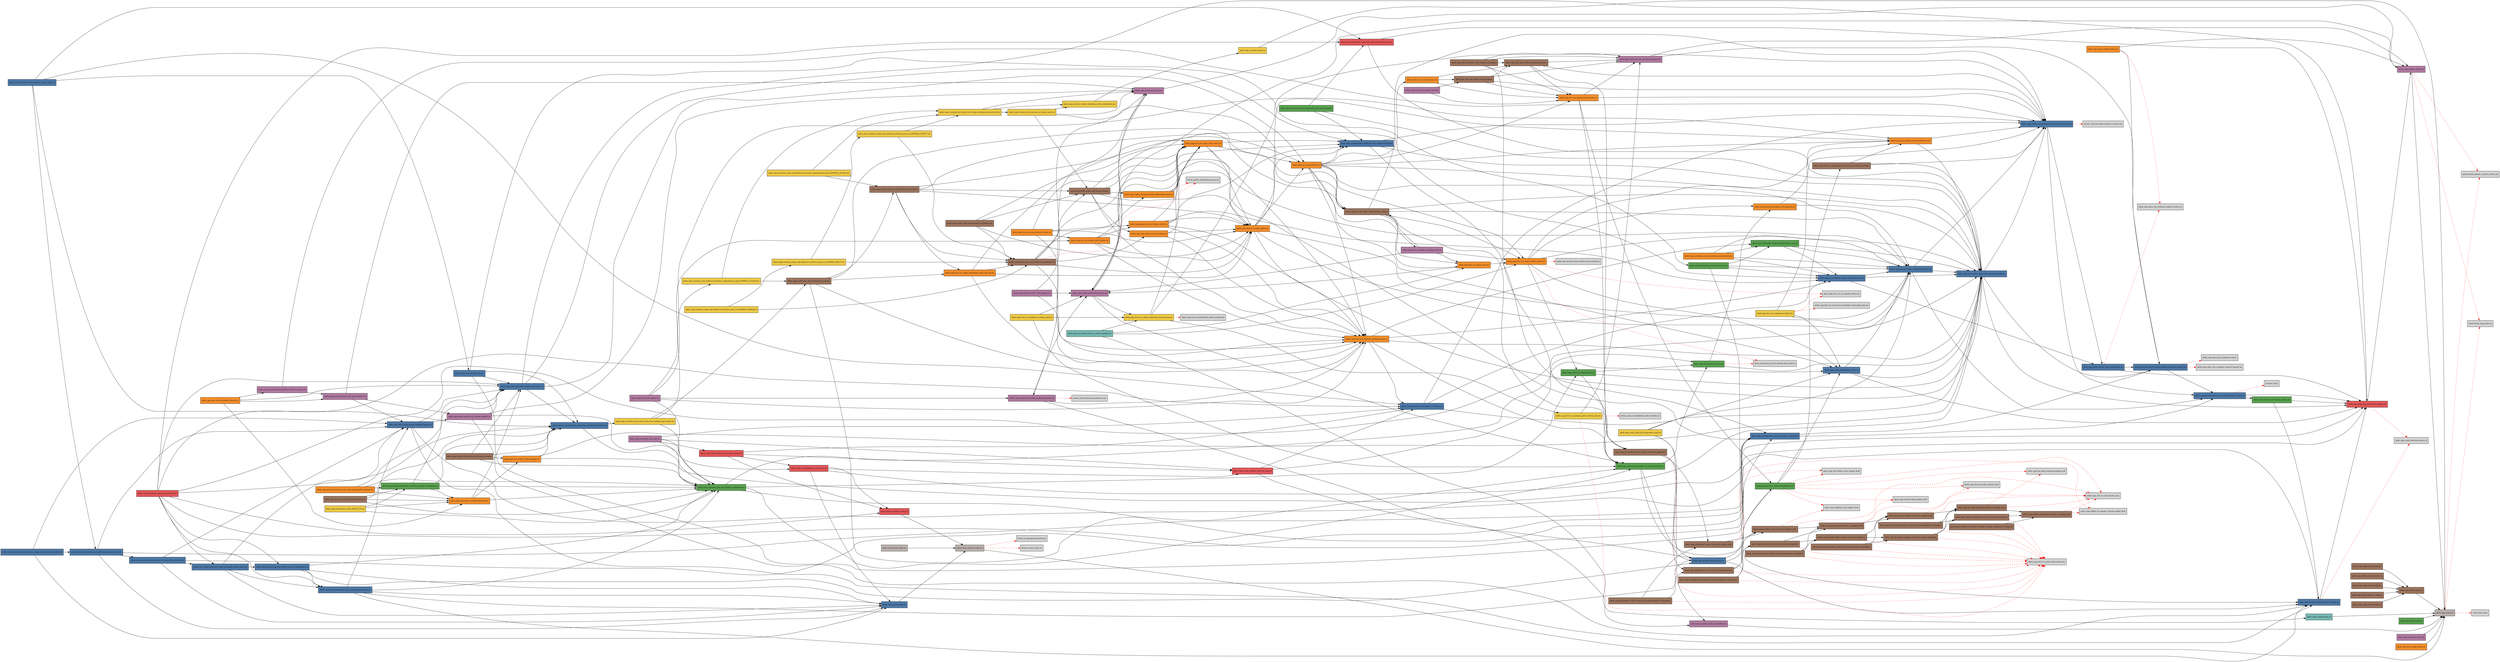
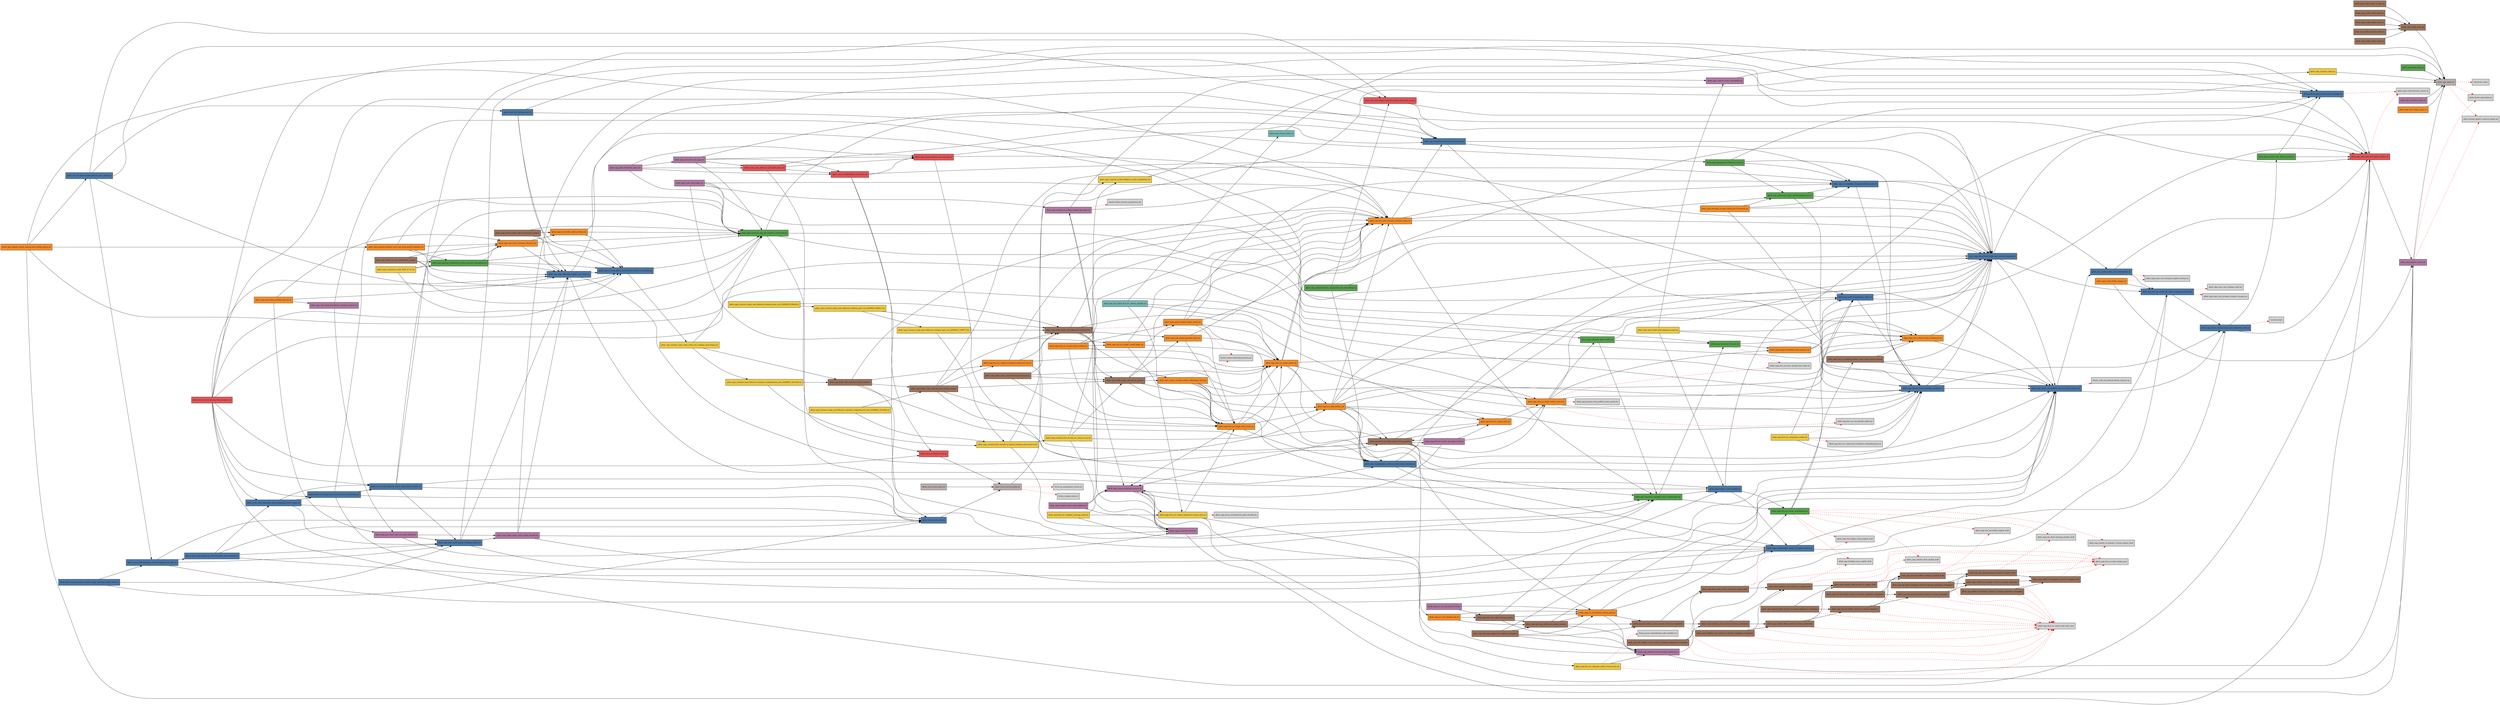
digraph qfuds_verse {
  rankdir=LR;
  node [shape=box, style=filled, fontsize=9];
  "qfuds_saga_canon_authority_and_ssot_map_ko" [fillcolor="#e15759", label="qfuds_saga_canon_authority_and_ssot_map_ko"];
  "qfuds_saga_deep_time_restoration_timeline_ko" [fillcolor="#e15759", label="qfuds_saga_deep_time_restoration_timeline_ko"];
  "qfuds_saga_chronology_restoration_admin_black_hole_seat_ko" [fillcolor="#e15759", label="qfuds_saga_chronology_restoration_admin_black_hole_seat_ko"];
  "qfuds_verse_far_future_deep_time_chronicle_ko" [fillcolor="#e15759", label="qfuds_verse_far_future_deep_time_chronicle_ko"];
  "qfuds_verse_worldbuilding_architecture_ko" [fillcolor="#e15759", label="qfuds_verse_worldbuilding_architecture_ko"];
  "qfuds_verse_canon_drift_and_tech_debt_report_ko" [fillcolor="#e15759", label="qfuds_verse_canon_drift_and_tech_debt_report_ko"];
  "qfuds_verse_continuity_index_ko" [fillcolor="#e15759", label="qfuds_verse_continuity_index_ko"];
  "qfuds_saga_world_anchor_and_verisimilitude_ko" [fillcolor="#4e79a7", label="qfuds_saga_world_anchor_and_verisimilitude_ko"];
  "qfuds_saga_factions_cultures_power_ecology_ko" [fillcolor="#4e79a7", label="qfuds_saga_factions_cultures_power_ecology_ko"];
  "qfuds_saga_bitcoin_genesis_chain_and_restoration_myth_ko" [fillcolor="#4e79a7", label="qfuds_saga_bitcoin_genesis_chain_and_restoration_myth_ko"];
  "qfuds_saga_post_agi_civilization_history_bilingual_protocol_ko" [fillcolor="#4e79a7", label="qfuds_saga_post_agi_civilization_history_bilingual_protocol_ko"];
  "qfuds_saga_cryptographic_death_and_hash_covenant_ko" [fillcolor="#4e79a7", label="qfuds_saga_cryptographic_death_and_hash_covenant_ko"];
  "qfuds_saga_reader_accessibility_and_real_world_anchors_ko" [fillcolor="#4e79a7", label="qfuds_saga_reader_accessibility_and_real_world_anchors_ko"];
  "qfuds_saga_last_archive_origin_and_reversal_causality_ko" [fillcolor="#4e79a7", label="qfuds_saga_last_archive_origin_and_reversal_causality_ko"];
  "qfuds_saga_cryptographic_death_era_and_crypto_concepts_ko" [fillcolor="#4e79a7", label="qfuds_saga_cryptographic_death_era_and_crypto_concepts_ko"];
  "qfuds_saga_factions_canon_naming_ko" [fillcolor="#4e79a7", label="qfuds_saga_factions_canon_naming_ko"];
  "qfuds_saga_bitcoin_stature_ideology_deeptime_ko" [fillcolor="#4e79a7", label="qfuds_saga_bitcoin_stature_ideology_deeptime_ko"];
  "qfuds_saga_world_compendium_codex_ko" [fillcolor="#4e79a7", label="qfuds_saga_world_compendium_codex_ko"];
  "qfuds_saga_ai_automation_human_in_the_loop_ssot_ko" [fillcolor="#4e79a7", label="qfuds_saga_ai_automation_human_in_the_loop_ssot_ko"];
  "qfuds_saga_restoration_mechanism_correction_ko" [fillcolor="#4e79a7", label="qfuds_saga_restoration_mechanism_correction_ko"];
  "qfuds_saga_in_world_physics_information_unitarity_restoration_ko" [fillcolor="#4e79a7", label="qfuds_saga_in_world_physics_information_unitarity_restoration_ko"];
  "qfuds_saga_qday_aftermath_timeline_and_world_ko" [fillcolor="#4e79a7", label="qfuds_saga_qday_aftermath_timeline_and_world_ko"];
  "qfuds_saga_qday_world_system_14domain_matrix_ko" [fillcolor="#4e79a7", label="qfuds_saga_qday_world_system_14domain_matrix_ko"];
  "qfuds_verse_world_expansion_wave1_names_places_events_ko" [fillcolor="#4e79a7", label="qfuds_verse_world_expansion_wave1_names_places_events_ko"];
  "qfuds_verse_world_expansion_wave2_factions_relationships_ko" [fillcolor="#4e79a7", label="qfuds_verse_world_expansion_wave2_factions_relationships_ko"];
  "qfuds_verse_world_expansion_wave3_geography_event_chains_ko" [fillcolor="#4e79a7", label="qfuds_verse_world_expansion_wave3_geography_event_chains_ko"];
  "qfuds_verse_world_expansion_wave4_economy_rites_calendar_ko" [fillcolor="#4e79a7", label="qfuds_verse_world_expansion_wave4_economy_rites_calendar_ko"];
  "qfuds_verse_world_expansion_wave5_language_tech_infra_ko" [fillcolor="#4e79a7", label="qfuds_verse_world_expansion_wave5_language_tech_infra_ko"];
  "qfuds_verse_world_expansion_wave6_ecology_education_media_index_ko" [fillcolor="#4e79a7", label="qfuds_verse_world_expansion_wave6_ecology_education_media_index_ko"];
  "qfuds_verse_yi_gi_ideology_axis_ko" [fillcolor="#4e79a7", label="qfuds_verse_yi_gi_ideology_axis_ko"];
  "qfuds_verse_far_future_native_lexicon_return_death_ko" [fillcolor="#4e79a7", label="qfuds_verse_far_future_native_lexicon_return_death_ko"];
  "qfuds_verse_world_index_ko" [fillcolor="#4e79a7", label="qfuds_verse_world_index_ko"];
  "qfuds_verse_series_index_ko" [fillcolor="#bab0ac", label="qfuds_verse_series_index_ko"];
  "qfuds_saga_narrative_pov_theme_naming_ko" [fillcolor="#59a14f", label="qfuds_saga_narrative_pov_theme_naming_ko"];
  "qfuds_saga_first_arc_canon_consolidation_ko" [fillcolor="#59a14f", label="qfuds_saga_first_arc_canon_consolidation_ko"];
  "qfuds_saga_character_liora_sen_ko" [fillcolor="#59a14f", label="qfuds_saga_character_liora_sen_ko"];
  "qfuds_saga_authorial_lenses_compression_ssot_soft_editing_ko" [fillcolor="#59a14f", label="qfuds_saga_authorial_lenses_compression_ssot_soft_editing_ko"];
  "qfuds_saga_character_ensemble_voices_relationships_ko" [fillcolor="#59a14f", label="qfuds_saga_character_ensemble_voices_relationships_ko"];
  "qfuds_saga_character_depth_sheets_ko" [fillcolor="#59a14f", label="qfuds_saga_character_depth_sheets_ko"];
  "qfuds_saga_authorship_of_the_standard_theme_axis_ko" [fillcolor="#59a14f", label="qfuds_saga_authorship_of_the_standard_theme_axis_ko"];
  "qfuds_saga_ideological_incoherence_triad_ko" [fillcolor="#59a14f", label="qfuds_saga_ideological_incoherence_triad_ko"];
  "qfuds_saga_character_map_and_timeline_coordinates_ko" [fillcolor="#59a14f", label="qfuds_saga_character_map_and_timeline_coordinates_ko"];
  "qfuds_saga_machine_childhood_ai_history_narrator_throughline_ko" [fillcolor="#59a14f", label="qfuds_saga_machine_childhood_ai_history_narrator_throughline_ko"];
  "qfuds_saga_bible_index_ko" [fillcolor="#59a14f", label="qfuds_saga_bible_index_ko"];
  "qfuds_saga_agentic_system_ko" [fillcolor="#b07aa1", label="qfuds_saga_agentic_system_ko"];
  "qfuds_saga_bilingual_term_discipline_glossary_ko" [fillcolor="#b07aa1", label="qfuds_saga_bilingual_term_discipline_glossary_ko"];
  "qfuds_saga_arc_two_gsd_phase_brief_ko" [fillcolor="#b07aa1", label="qfuds_saga_arc_two_gsd_phase_brief_ko"];
  "qfuds_saga_series_production_harness_ko" [fillcolor="#b07aa1", label="qfuds_saga_series_production_harness_ko"];
  "qfuds_saga_creative_inputs_traceability_ko" [fillcolor="#b07aa1", label="qfuds_saga_creative_inputs_traceability_ko"];
  "qfuds_saga_first_arc_book1_gsd_phase_brief_ko" [fillcolor="#b07aa1", label="qfuds_saga_first_arc_book1_gsd_phase_brief_ko"];
  "qfuds_saga_external_ai_writing_systems_gap_audit_ko" [fillcolor="#b07aa1", label="qfuds_saga_external_ai_writing_systems_gap_audit_ko"];
  "qfuds_saga_production_board_ko" [fillcolor="#b07aa1", label="qfuds_saga_production_board_ko"];
  "qfuds_saga_chapter_intent_card_template_ko" [fillcolor="#b07aa1", label="qfuds_saga_chapter_intent_card_template_ko"];
  "qfuds_saga_expert_panel_world_system_handoff_ko" [fillcolor="#b07aa1", label="qfuds_saga_expert_panel_world_system_handoff_ko"];
  "qfuds_saga_near_future_forecast_panel_method_ko" [fillcolor="#b07aa1", label="qfuds_saga_near_future_forecast_panel_method_ko"];
  "qfuds_saga_real_world_and_physics_research_anchors_ko" [fillcolor="#b07aa1", label="qfuds_saga_real_world_and_physics_research_anchors_ko"];
  "qfuds_saga_truth_state_ledger_ko" [fillcolor="#b07aa1", label="qfuds_saga_truth_state_ledger_ko"];
  "qfuds_saga_chronicler_pass_plan_ko" [fillcolor="#b07aa1", label="qfuds_saga_chronicler_pass_plan_ko"];
+   "qfuds_saga_final_chronicler_report_ko" [fillcolor="#b07aa1", label="qfuds_saga_final_chronicler_report_ko"];
  "qfuds_saga_workroom_index_ko" [fillcolor="#b07aa1", label="qfuds_saga_workroom_index_ko"];
  "qfuds_saga_visual_exhibit_design_ko" [fillcolor="#f28e2b", label="qfuds_saga_visual_exhibit_design_ko"];
  "qfuds_saga_arc_two_korean_primary_plan_ko" [fillcolor="#f28e2b", label="qfuds_saga_arc_two_korean_primary_plan_ko"];
  "qfuds_saga_last_archive_reveal_architecture_ko" [fillcolor="#f28e2b", label="qfuds_saga_last_archive_reveal_architecture_ko"];
  "qfuds_saga_format_throughline_and_progress_ko" [fillcolor="#f28e2b", label="qfuds_saga_format_throughline_and_progress_ko"];
  "qfuds_saga_arc_two_episode_map_ko" [fillcolor="#f28e2b", label="qfuds_saga_arc_two_episode_map_ko"];
  "qfuds_saga_arc_map_multiarc_ko" [fillcolor="#f28e2b", label="qfuds_saga_arc_map_multiarc_ko"];
  "qfuds_saga_first_arc_book1_outline_reboot_ko" [fillcolor="#f28e2b", label="qfuds_saga_first_arc_book1_outline_reboot_ko"];
  "qfuds_saga_first_arc_scene_cards_ko" [fillcolor="#f28e2b", label="qfuds_saga_first_arc_scene_cards_ko"];
  "qfuds_saga_sovereign_ai_open_closed_axis_brainstorm_ko" [fillcolor="#f28e2b", label="qfuds_saga_sovereign_ai_open_closed_axis_brainstorm_ko"];
  "qfuds_saga_five_core_dramatic_questions_spine_ko" [fillcolor="#f28e2b", label="qfuds_saga_five_core_dramatic_questions_spine_ko"];
  "qfuds_saga_first_arc_origin_outline_ko" [fillcolor="#f28e2b", label="qfuds_saga_first_arc_origin_outline_ko"];
  "qfuds_saga_first_arc_origin_scene_cards_ko" [fillcolor="#f28e2b", label="qfuds_saga_first_arc_origin_scene_cards_ko"];
  "qfuds_saga_crypto_concepts_reader_onboarding_check_ko" [fillcolor="#f28e2b", label="qfuds_saga_crypto_concepts_reader_onboarding_check_ko"];
  "qfuds_saga_sael_origin_execution_sheet_ko" [fillcolor="#f28e2b", label="qfuds_saga_sael_origin_execution_sheet_ko"];
  "qfuds_saga_qday_incident_bridge_outline_ko" [fillcolor="#f28e2b", label="qfuds_saga_qday_incident_bridge_outline_ko"];
  "qfuds_saga_first_arc_reader_reveal_ladder_ko" [fillcolor="#f28e2b", label="qfuds_saga_first_arc_reader_reveal_ladder_ko"];
  "qfuds_saga_first_arc_causal_master_outline_ko" [fillcolor="#f28e2b", label="qfuds_saga_first_arc_causal_master_outline_ko"];
  "qfuds_saga_first_arc_reader_orientation_world_and_cast_ko" [fillcolor="#f28e2b", label="qfuds_saga_first_arc_reader_orientation_world_and_cast_ko"];
  "qfuds_saga_new_book1_orpheus_design_ko" [fillcolor="#f28e2b", label="qfuds_saga_new_book1_orpheus_design_ko"];
  "qfuds_saga_near_future_recenter_direction_ko" [fillcolor="#f28e2b", label="qfuds_saga_near_future_recenter_direction_ko"];
  "qfuds_saga_machine_narrator_voice_and_setup_payoff_treatment_ko" [fillcolor="#f28e2b", label="qfuds_saga_machine_narrator_voice_and_setup_payoff_treatment_ko"];
  "qfuds_saga_near_future_prelude_forecast_ko" [fillcolor="#f28e2b", label="qfuds_saga_near_future_prelude_forecast_ko"];
+   "qfuds_saga_register_morph_opening_and_ending_options_ko" [fillcolor="#f28e2b", label="qfuds_saga_register_morph_opening_and_ending_options_ko"];
  "qfuds_saga_story_design_index_ko" [fillcolor="#f28e2b", label="qfuds_saga_story_design_index_ko"];
  "qfuds_saga_drafts_jua_full_novel_korean_primary" [fillcolor="#9c755f", label="qfuds_saga_drafts_jua_full_novel_korean_primary"];
  "qfuds_saga_drafts_origin_sael_korean_primary" [fillcolor="#9c755f", label="qfuds_saga_drafts_origin_sael_korean_primary"];
  "qfuds_saga_drafts_origin_sael_webnovel_storyboard_ko" [fillcolor="#9c755f", label="qfuds_saga_drafts_origin_sael_webnovel_storyboard_ko"];
  "qfuds_saga_drafts_origin_sael_webnovel_storyboard_en" [fillcolor="#9c755f", label="qfuds_saga_drafts_origin_sael_webnovel_storyboard_en"];
  "qfuds_saga_drafts_origin_sael_full_novel_korean_primary" [fillcolor="#9c755f", label="qfuds_saga_drafts_origin_sael_full_novel_korean_primary"];
  "qfuds_saga_drafts_book1_5_index_ko" [fillcolor="#9c755f", label="qfuds_saga_drafts_book1_5_index_ko"];
  "qfuds_saga_drafts_orpheus_full_novel_korean_primary" [fillcolor="#9c755f", label="qfuds_saga_drafts_orpheus_full_novel_korean_primary"];
  "qfuds_saga_drafts_book1_index_ko" [fillcolor="#9c755f", label="qfuds_saga_drafts_book1_index_ko"];
  "qfuds_saga_first_arc_book1_reboot_korean_primary" [fillcolor="#9c755f", label="qfuds_saga_first_arc_book1_reboot_korean_primary"];
  "qfuds_saga_drafts_mara_full_novel_korean_primary" [fillcolor="#9c755f", label="qfuds_saga_drafts_mara_full_novel_korean_primary"];
  "qfuds_saga_drafts_book2_index_ko" [fillcolor="#9c755f", label="qfuds_saga_drafts_book2_index_ko"];
  "qfuds_saga_exhibit_s0_episode1_revised_v2_english_draft" [fillcolor="#9c755f", label="qfuds_saga_exhibit_s0_episode1_revised_v2_english_draft"];
  "qfuds_saga_the_dead_exchange_revised_v2_english_draft" [fillcolor="#9c755f", label="qfuds_saga_the_dead_exchange_revised_v2_english_draft"];
  "qfuds_saga_the_last_hodler_revised_v2_english_draft" [fillcolor="#9c755f", label="qfuds_saga_the_last_hodler_revised_v2_english_draft"];
  "qfuds_saga_identity_flood_revised_v2_english_draft" [fillcolor="#9c755f", label="qfuds_saga_identity_flood_revised_v2_english_draft"];
  "qfuds_saga_hawking_court_revised_v2_english_draft" [fillcolor="#9c755f", label="qfuds_saga_hawking_court_revised_v2_english_draft"];
  "qfuds_saga_the_broken_crown_revised_v2_english_draft" [fillcolor="#9c755f", label="qfuds_saga_the_broken_crown_revised_v2_english_draft"];
  "qfuds_saga_exhibit_s0_episode1_revised_v2_korean_adaptation" [fillcolor="#9c755f", label="qfuds_saga_exhibit_s0_episode1_revised_v2_korean_adaptation"];
  "qfuds_saga_the_dead_exchange_revised_v2_korean_adaptation" [fillcolor="#9c755f", label="qfuds_saga_the_dead_exchange_revised_v2_korean_adaptation"];
  "qfuds_saga_the_last_hodler_revised_v2_korean_adaptation" [fillcolor="#9c755f", label="qfuds_saga_the_last_hodler_revised_v2_korean_adaptation"];
  "qfuds_saga_identity_flood_revised_v2_korean_adaptation" [fillcolor="#9c755f", label="qfuds_saga_identity_flood_revised_v2_korean_adaptation"];
  "qfuds_saga_hawking_court_revised_v2_korean_adaptation" [fillcolor="#9c755f", label="qfuds_saga_hawking_court_revised_v2_korean_adaptation"];
  "qfuds_saga_the_broken_crown_revised_v2_korean_adaptation" [fillcolor="#9c755f", label="qfuds_saga_the_broken_crown_revised_v2_korean_adaptation"];
  "qfuds_saga_first_arc_opening_broken_crown_event_korean_primary" [fillcolor="#9c755f", label="qfuds_saga_first_arc_opening_broken_crown_event_korean_primary"];
  "qfuds_saga_exhibit_s0_episode1_revised_v2_korean_adaptation_v3snapshot" [fillcolor="#9c755f", label="qfuds_saga_exhibit_s0_episode1_revised_v2_korean_adaptation_v3snapshot"];
  "qfuds_saga_the_dead_exchange_revised_v2_korean_adaptation_v3snapshot" [fillcolor="#9c755f", label="qfuds_saga_the_dead_exchange_revised_v2_korean_adaptation_v3snapshot"];
  "qfuds_saga_the_last_hodler_revised_v2_korean_adaptation_v3snapshot" [fillcolor="#9c755f", label="qfuds_saga_the_last_hodler_revised_v2_korean_adaptation_v3snapshot"];
  "qfuds_saga_identity_flood_revised_v2_korean_adaptation_v3snapshot" [fillcolor="#9c755f", label="qfuds_saga_identity_flood_revised_v2_korean_adaptation_v3snapshot"];
  "qfuds_saga_hawking_court_revised_v2_korean_adaptation_v3snapshot" [fillcolor="#9c755f", label="qfuds_saga_hawking_court_revised_v2_korean_adaptation_v3snapshot"];
  "qfuds_saga_the_broken_crown_revised_v2_korean_adaptation_v3snapshot" [fillcolor="#9c755f", label="qfuds_saga_the_broken_crown_revised_v2_korean_adaptation_v3snapshot"];
  "qfuds_saga_drafts_versions_index_ko" [fillcolor="#9c755f", label="qfuds_saga_drafts_versions_index_ko"];
  "qfuds_saga_who_may_author_loss_korean_primary" [fillcolor="#9c755f", label="qfuds_saga_who_may_author_loss_korean_primary"];
  "qfuds_saga_who_may_author_loss_english_counterpart" [fillcolor="#9c755f", label="qfuds_saga_who_may_author_loss_english_counterpart"];
  "qfuds_saga_who_may_refuse_korean_primary" [fillcolor="#9c755f", label="qfuds_saga_who_may_refuse_korean_primary"];
  "qfuds_saga_drafts_book3_index_ko" [fillcolor="#9c755f", label="qfuds_saga_drafts_book3_index_ko"];
  "qfuds_saga_drafts_index_ko" [fillcolor="#9c755f", label="qfuds_saga_drafts_index_ko"];
  "qfuds_saga_first_arc_dejargon_polish_revision_plan_ko" [fillcolor="#edc948", label="qfuds_saga_first_arc_dejargon_polish_revision_plan_ko"];
  "qfuds_saga_first_arc_release_immersion_revision_plan_ko" [fillcolor="#edc948", label="qfuds_saga_first_arc_release_immersion_revision_plan_ko"];
  "qfuds_saga_first_arc_template_coverage_audit_ko" [fillcolor="#edc948", label="qfuds_saga_first_arc_template_coverage_audit_ko"];
  "qfuds_saga_first_arc_integration_outline_ko" [fillcolor="#edc948", label="qfuds_saga_first_arc_integration_outline_ko"];
  "qfuds_saga_series_bible_drift_alignment_audit_ko" [fillcolor="#edc948", label="qfuds_saga_series_bible_drift_alignment_audit_ko"];
  "qfuds_saga_revisions_reader_feedback_ai_tell_consolidation_ko" [fillcolor="#edc948", label="qfuds_saga_revisions_reader_feedback_ai_tell_consolidation_ko"];
  "qfuds_saga_revisions_first_second_arc_release_wave_ko" [fillcolor="#edc948", label="qfuds_saga_revisions_first_second_arc_release_wave_ko"];
  "qfuds_saga_revisions_first_second_arc_formal_retention_gate_protocol_ko" [fillcolor="#edc948", label="qfuds_saga_revisions_first_second_arc_formal_retention_gate_protocol_ko"];
  "qfuds_saga_revisions_origin_sael_webnovel_retention_gate_run_20260622_1308777_ko" [fillcolor="#edc948", label="qfuds_saga_revisions_origin_sael_webnovel_retention_gate_run_20260622_1308777_ko"];
  "qfuds_saga_revisions_origin_sael_webnovel_retention_gate_run_20260622_bdff1c7_ko" [fillcolor="#edc948", label="qfuds_saga_revisions_origin_sael_webnovel_retention_gate_run_20260622_bdff1c7_ko"];
  "qfuds_saga_revisions_origin_sael_webnovel_retention_gate_run_20260622_b5f0edf_ko" [fillcolor="#edc948", label="qfuds_saga_revisions_origin_sael_webnovel_retention_gate_run_20260622_b5f0edf_ko"];
  "qfuds_saga_revisions_origin_sael_fullnovel_retention_comprehension_gate_20260622_c91e9be_ko" [fillcolor="#edc948", label="qfuds_saga_revisions_origin_sael_fullnovel_retention_comprehension_gate_20260622_c91e9be_ko"];
  "qfuds_saga_revisions_mara_fullnovel_retention_comprehension_gate_20260623_a41bcb9_ko" [fillcolor="#edc948", label="qfuds_saga_revisions_mara_fullnovel_retention_comprehension_gate_20260623_a41bcb9_ko"];
  "qfuds_saga_revisions_mara_order_totem_two_readings_seed_design_ko" [fillcolor="#edc948", label="qfuds_saga_revisions_mara_order_totem_two_readings_seed_design_ko"];
  "qfuds_saga_consistency_audit_2026_07_01_ko" [fillcolor="#edc948", label="qfuds_saga_consistency_audit_2026_07_01_ko"];
  "qfuds_saga_revisions_index_ko" [fillcolor="#edc948", label="qfuds_saga_revisions_index_ko"];
  "qfuds_saga_pre_reboot_first_arc_release_manifest_ko" [fillcolor="#76b7b2", label="qfuds_saga_pre_reboot_first_arc_release_manifest_ko"];
  "qfuds_saga_release_index_ko" [fillcolor="#76b7b2", label="qfuds_saga_release_index_ko"];
  "qfuds_saga_index_ko" [fillcolor="#bab0ac", label="qfuds_saga_index_ko"];
  "qfuds_verse_universe_index_ko" [fillcolor="#bab0ac", label="qfuds_verse_universe_index_ko"];
  "qfuds_saga_canon_authority_and_ssot_map_ko" -> "qfuds_saga_world_compendium_codex_ko";
  "qfuds_saga_canon_authority_and_ssot_map_ko" -> "qfuds_saga_restoration_mechanism_correction_ko";
  "qfuds_saga_canon_authority_and_ssot_map_ko" -> "qfuds_saga_factions_canon_naming_ko";
  "qfuds_saga_deep_time_restoration_timeline_ko" -> "qfuds_saga_world_direction_matrix_ko" [style=dashed, color=red];
  "qfuds_saga_deep_time_restoration_timeline_ko" -> "qfuds_saga_agentic_system_ko";
  "qfuds_saga_chronology_restoration_admin_black_hole_seat_ko" -> "qfuds_saga_last_archive_origin_and_reversal_causality_ko";
  "qfuds_saga_chronology_restoration_admin_black_hole_seat_ko" -> "qfuds_saga_deep_time_restoration_timeline_ko";
  "qfuds_verse_far_future_deep_time_chronicle_ko" -> "qfuds_verse_continuity_index_ko";
  "qfuds_verse_far_future_deep_time_chronicle_ko" -> "qfuds_saga_deep_time_restoration_timeline_ko";
  "qfuds_verse_far_future_deep_time_chronicle_ko" -> "qfuds_saga_chronology_restoration_admin_black_hole_seat_ko";
  "qfuds_verse_far_future_deep_time_chronicle_ko" -> "qfuds_saga_qday_aftermath_timeline_and_world_ko";
  "qfuds_verse_far_future_deep_time_chronicle_ko" -> "qfuds_saga_restoration_mechanism_correction_ko";
  "qfuds_verse_far_future_deep_time_chronicle_ko" -> "qfuds_saga_in_world_physics_information_unitarity_restoration_ko";
  "qfuds_verse_far_future_deep_time_chronicle_ko" -> "qfuds_saga_bitcoin_stature_ideology_deeptime_ko";
  "qfuds_verse_far_future_deep_time_chronicle_ko" -> "qfuds_verse_world_expansion_wave1_names_places_events_ko";
  "qfuds_verse_far_future_deep_time_chronicle_ko" -> "qfuds_verse_world_expansion_wave2_factions_relationships_ko";
  "qfuds_verse_far_future_deep_time_chronicle_ko" -> "qfuds_verse_world_expansion_wave3_geography_event_chains_ko";
  "qfuds_verse_worldbuilding_architecture_ko" -> "qfuds_verse_continuity_index_ko";
  "qfuds_verse_worldbuilding_architecture_ko" -> "qfuds_saga_canon_authority_and_ssot_map_ko";
  "qfuds_verse_worldbuilding_architecture_ko" -> "qfuds_verse_world_index_ko";
  "qfuds_verse_worldbuilding_architecture_ko" -> "qfuds_saga_last_archive_origin_and_reversal_causality_ko";
  "qfuds_verse_canon_drift_and_tech_debt_report_ko" -> "qfuds_verse_worldbuilding_architecture_ko";
  "qfuds_verse_canon_drift_and_tech_debt_report_ko" -> "qfuds_verse_continuity_index_ko";
  "qfuds_verse_canon_drift_and_tech_debt_report_ko" -> "qfuds_saga_canon_authority_and_ssot_map_ko";
  "qfuds_verse_canon_drift_and_tech_debt_report_ko" -> "qfuds_saga_restoration_mechanism_correction_ko";
  "qfuds_verse_continuity_index_ko" -> "qfuds_verse_universe_index_ko";
  "qfuds_saga_world_anchor_and_verisimilitude_ko" -> "qfuds_saga_deep_time_restoration_timeline_ko";
  "qfuds_saga_world_anchor_and_verisimilitude_ko" -> "qfuds_saga_post_agi_civilization_history_bilingual_protocol_ko";
  "qfuds_saga_world_anchor_and_verisimilitude_ko" -> "qfuds_saga_mara_veyr_prologue_english_revision_ko" [style=dashed, color=red];
  "qfuds_saga_factions_cultures_power_ecology_ko" -> "qfuds_saga_deep_time_restoration_timeline_ko";
  "qfuds_saga_factions_cultures_power_ecology_ko" -> "qfuds_saga_world_direction_matrix_ko" [style=dashed, color=red];
  "qfuds_saga_bitcoin_genesis_chain_and_restoration_myth_ko" -> "qfuds_saga_narrative_pov_theme_naming_ko";
  "qfuds_saga_bitcoin_genesis_chain_and_restoration_myth_ko" -> "qfuds_saga_deep_time_restoration_timeline_ko";
  "qfuds_saga_bitcoin_genesis_chain_and_restoration_myth_ko" -> "concept_origin" [style=dashed, color=red];
  "qfuds_saga_post_agi_civilization_history_bilingual_protocol_ko" -> "qfuds_saga_mara_veyr_prologue_draft_ko" [style=dashed, color=red];
  "qfuds_saga_post_agi_civilization_history_bilingual_protocol_ko" -> "qfuds_saga_mara_veyr_prologue_research_harness_ko" [style=dashed, color=red];
  "qfuds_saga_post_agi_civilization_history_bilingual_protocol_ko" -> "qfuds_saga_bitcoin_genesis_chain_and_restoration_myth_ko";
  "qfuds_saga_cryptographic_death_and_hash_covenant_ko" -> "qfuds_saga_bitcoin_genesis_chain_and_restoration_myth_ko";
  "qfuds_saga_cryptographic_death_and_hash_covenant_ko" -> "qfuds_saga_post_agi_civilization_history_bilingual_protocol_ko";
  "qfuds_saga_reader_accessibility_and_real_world_anchors_ko" -> "qfuds_saga_bitcoin_genesis_chain_and_restoration_myth_ko";
  "qfuds_saga_reader_accessibility_and_real_world_anchors_ko" -> "qfuds_saga_world_anchor_and_verisimilitude_ko";
  "qfuds_saga_reader_accessibility_and_real_world_anchors_ko" -> "fiction_craft_and_political_theory_research_ko" [style=dashed, color=red];
  "qfuds_saga_last_archive_origin_and_reversal_causality_ko" -> "qfuds_saga_deep_time_restoration_timeline_ko";
  "qfuds_saga_last_archive_origin_and_reversal_causality_ko" -> "qfuds_saga_reader_accessibility_and_real_world_anchors_ko";
  "qfuds_saga_last_archive_origin_and_reversal_causality_ko" -> "qfuds_saga_post_agi_civilization_history_bilingual_protocol_ko";
  "qfuds_saga_cryptographic_death_era_and_crypto_concepts_ko" -> "qfuds_saga_cryptographic_death_and_hash_covenant_ko";
  "qfuds_saga_cryptographic_death_era_and_crypto_concepts_ko" -> "qfuds_saga_reader_accessibility_and_real_world_anchors_ko";
  "qfuds_saga_cryptographic_death_era_and_crypto_concepts_ko" -> "qfuds_saga_last_archive_origin_and_reversal_causality_ko";
  "qfuds_saga_factions_canon_naming_ko" -> "qfuds_saga_cryptographic_death_and_hash_covenant_ko";
  "qfuds_saga_factions_canon_naming_ko" -> "qfuds_saga_first_arc_canon_consolidation_ko";
  "qfuds_saga_factions_canon_naming_ko" -> "qfuds_saga_factions_cultures_power_ecology_ko";
  "qfuds_saga_bitcoin_stature_ideology_deeptime_ko" -> "qfuds_saga_reader_accessibility_and_real_world_anchors_ko";
  "qfuds_saga_bitcoin_stature_ideology_deeptime_ko" -> "qfuds_saga_last_archive_origin_and_reversal_causality_ko";
  "qfuds_saga_bitcoin_stature_ideology_deeptime_ko" -> "qfuds_saga_bitcoin_genesis_chain_and_restoration_myth_ko";
  "qfuds_saga_world_compendium_codex_ko" -> "qfuds_saga_deep_time_restoration_timeline_ko";
  "qfuds_saga_world_compendium_codex_ko" -> "qfuds_saga_last_archive_origin_and_reversal_causality_ko";
  "qfuds_saga_world_compendium_codex_ko" -> "qfuds_saga_bitcoin_stature_ideology_deeptime_ko";
  "qfuds_saga_ai_automation_human_in_the_loop_ssot_ko" -> "qfuds_saga_last_archive_origin_and_reversal_causality_ko";
  "qfuds_saga_ai_automation_human_in_the_loop_ssot_ko" -> "qfuds_saga_bitcoin_stature_ideology_deeptime_ko";
  "qfuds_saga_ai_automation_human_in_the_loop_ssot_ko" -> "qfuds_saga_world_anchor_and_verisimilitude_ko";
  "qfuds_saga_restoration_mechanism_correction_ko" -> "qfuds_saga_last_archive_origin_and_reversal_causality_ko";
  "qfuds_saga_restoration_mechanism_correction_ko" -> "qfuds_saga_reader_accessibility_and_real_world_anchors_ko";
  "qfuds_saga_restoration_mechanism_correction_ko" -> "qfuds_saga_ai_automation_human_in_the_loop_ssot_ko";
  "qfuds_saga_in_world_physics_information_unitarity_restoration_ko" -> "qfuds_saga_character_map_and_timeline_coordinates_ko";
  "qfuds_saga_in_world_physics_information_unitarity_restoration_ko" -> "qfuds_saga_revisions_mara_order_totem_two_readings_seed_design_ko";
  "qfuds_saga_qday_aftermath_timeline_and_world_ko" -> "qfuds_saga_deep_time_restoration_timeline_ko";
  "qfuds_saga_qday_aftermath_timeline_and_world_ko" -> "qfuds_saga_arc_map_multiarc_ko";
  "qfuds_saga_qday_aftermath_timeline_and_world_ko" -> "qfuds_saga_cryptographic_death_era_and_crypto_concepts_ko";
  "qfuds_saga_qday_aftermath_timeline_and_world_ko" -> "qfuds_saga_in_world_physics_information_unitarity_restoration_ko";
  "qfuds_saga_qday_world_system_14domain_matrix_ko" -> "qfuds_saga_qday_aftermath_timeline_and_world_ko";
  "qfuds_saga_qday_world_system_14domain_matrix_ko" -> "qfuds_saga_cryptographic_death_and_hash_covenant_ko";
  "qfuds_saga_qday_world_system_14domain_matrix_ko" -> "qfuds_saga_factions_cultures_power_ecology_ko";
  "qfuds_saga_qday_world_system_14domain_matrix_ko" -> "qfuds_saga_expert_panel_world_system_handoff_ko";
  "qfuds_verse_world_expansion_wave1_names_places_events_ko" -> "qfuds_verse_world_index_ko";
  "qfuds_verse_world_expansion_wave1_names_places_events_ko" -> "qfuds_saga_factions_canon_naming_ko";
  "qfuds_verse_world_expansion_wave1_names_places_events_ko" -> "qfuds_saga_character_map_and_timeline_coordinates_ko";
  "qfuds_verse_world_expansion_wave1_names_places_events_ko" -> "qfuds_saga_qday_world_system_14domain_matrix_ko";
  "qfuds_verse_world_expansion_wave1_names_places_events_ko" -> "qfuds_saga_factions_cultures_power_ecology_ko";
  "qfuds_verse_world_expansion_wave2_factions_relationships_ko" -> "qfuds_verse_world_expansion_wave1_names_places_events_ko";
  "qfuds_verse_world_expansion_wave2_factions_relationships_ko" -> "qfuds_verse_world_index_ko";
  "qfuds_verse_world_expansion_wave2_factions_relationships_ko" -> "qfuds_saga_factions_canon_naming_ko";
  "qfuds_verse_world_expansion_wave2_factions_relationships_ko" -> "qfuds_saga_character_map_and_timeline_coordinates_ko";
  "qfuds_verse_world_expansion_wave3_geography_event_chains_ko" -> "qfuds_verse_world_expansion_wave1_names_places_events_ko";
  "qfuds_verse_world_expansion_wave3_geography_event_chains_ko" -> "qfuds_verse_world_expansion_wave2_factions_relationships_ko";
  "qfuds_verse_world_expansion_wave3_geography_event_chains_ko" -> "qfuds_verse_world_index_ko";
  "qfuds_verse_world_expansion_wave3_geography_event_chains_ko" -> "qfuds_saga_qday_world_system_14domain_matrix_ko";
  "qfuds_verse_world_expansion_wave4_economy_rites_calendar_ko" -> "qfuds_verse_world_expansion_wave3_geography_event_chains_ko";
  "qfuds_verse_world_expansion_wave4_economy_rites_calendar_ko" -> "qfuds_verse_world_index_ko";
  "qfuds_verse_world_expansion_wave4_economy_rites_calendar_ko" -> "qfuds_saga_qday_world_system_14domain_matrix_ko";
  "qfuds_verse_world_expansion_wave4_economy_rites_calendar_ko" -> "qfuds_saga_cryptographic_death_and_hash_covenant_ko";
  "qfuds_verse_world_expansion_wave5_language_tech_infra_ko" -> "qfuds_verse_world_expansion_wave4_economy_rites_calendar_ko";
  "qfuds_verse_world_expansion_wave5_language_tech_infra_ko" -> "qfuds_verse_world_index_ko";
  "qfuds_verse_world_expansion_wave5_language_tech_infra_ko" -> "qfuds_saga_cryptographic_death_and_hash_covenant_ko";
  "qfuds_verse_world_expansion_wave5_language_tech_infra_ko" -> "qfuds_saga_qday_world_system_14domain_matrix_ko";
  "qfuds_verse_world_expansion_wave6_ecology_education_media_index_ko" -> "qfuds_verse_world_expansion_wave5_language_tech_infra_ko";
  "qfuds_verse_world_expansion_wave6_ecology_education_media_index_ko" -> "qfuds_verse_world_index_ko";
  "qfuds_verse_world_expansion_wave6_ecology_education_media_index_ko" -> "qfuds_saga_qday_world_system_14domain_matrix_ko";
  "qfuds_verse_yi_gi_ideology_axis_ko" -> "qfuds_saga_ideological_incoherence_triad_ko";
  "qfuds_verse_yi_gi_ideology_axis_ko" -> "qfuds_saga_factions_cultures_power_ecology_ko";
  "qfuds_verse_yi_gi_ideology_axis_ko" -> "qfuds_saga_qday_aftermath_timeline_and_world_ko";
  "qfuds_verse_yi_gi_ideology_axis_ko" -> "qfuds_saga_in_world_physics_information_unitarity_restoration_ko";
  "qfuds_verse_far_future_native_lexicon_return_death_ko" -> "qfuds_saga_restoration_mechanism_correction_ko";
  "qfuds_verse_far_future_native_lexicon_return_death_ko" -> "qfuds_saga_in_world_physics_information_unitarity_restoration_ko";
  "qfuds_verse_far_future_native_lexicon_return_death_ko" -> "qfuds_verse_yi_gi_ideology_axis_ko";
  "qfuds_verse_far_future_native_lexicon_return_death_ko" -> "qfuds_saga_chronology_restoration_admin_black_hole_seat_ko";
  "qfuds_verse_far_future_native_lexicon_return_death_ko" -> "qfuds_verse_world_expansion_wave5_language_tech_infra_ko";
  "qfuds_verse_world_index_ko" -> "qfuds_verse_universe_index_ko";
  "qfuds_verse_series_index_ko" -> "qfuds_verse_universe_index_ko";
  "qfuds_saga_narrative_pov_theme_naming_ko" -> "qfuds_saga_factions_cultures_power_ecology_ko";
  "qfuds_saga_narrative_pov_theme_naming_ko" -> "qfuds_saga_deep_time_restoration_timeline_ko";
  "qfuds_saga_first_arc_canon_consolidation_ko" -> "qfuds_saga_exhibit_s0_episode1_revised_english_draft" [style=dashed, color=red];
  "qfuds_saga_first_arc_canon_consolidation_ko" -> "qfuds_saga_the_dead_exchange_english_draft" [style=dashed, color=red];
  "qfuds_saga_first_arc_canon_consolidation_ko" -> "qfuds_saga_the_last_hodler_english_draft" [style=dashed, color=red];
  "qfuds_saga_first_arc_canon_consolidation_ko" -> "qfuds_saga_identity_flood_english_draft" [style=dashed, color=red];
  "qfuds_saga_first_arc_canon_consolidation_ko" -> "qfuds_saga_hawking_court_english_draft" [style=dashed, color=red];
  "qfuds_saga_first_arc_canon_consolidation_ko" -> "qfuds_saga_the_broken_crown_english_draft" [style=dashed, color=red];
  "qfuds_saga_first_arc_canon_consolidation_ko" -> "qfuds_saga_first_arc_opening_broken_crown_event_korean_primary";
  "qfuds_saga_first_arc_canon_consolidation_ko" -> "qfuds_saga_world_compendium_codex_ko";
  "qfuds_saga_character_liora_sen_ko" -> "qfuds_saga_liora_sen_first_episode_beat_sheet_ko" [style=dashed, color=red];
  "qfuds_saga_character_liora_sen_ko" -> "qfuds_saga_last_archive_origin_and_reversal_causality_ko";
  "qfuds_saga_character_liora_sen_ko" -> "qfuds_saga_format_throughline_and_progress_ko";
  "qfuds_saga_authorial_lenses_compression_ssot_soft_editing_ko" -> "qfuds_saga_last_archive_origin_and_reversal_causality_ko";
  "qfuds_saga_authorial_lenses_compression_ssot_soft_editing_ko" -> "qfuds_saga_chronology_restoration_admin_black_hole_seat_ko";
  "qfuds_saga_authorial_lenses_compression_ssot_soft_editing_ko" -> "qfuds_saga_cryptographic_death_era_and_crypto_concepts_ko";
  "qfuds_saga_character_ensemble_voices_relationships_ko" -> "qfuds_saga_character_liora_sen_ko";
  "qfuds_saga_character_ensemble_voices_relationships_ko" -> "qfuds_saga_first_arc_canon_consolidation_ko";
  "qfuds_saga_character_ensemble_voices_relationships_ko" -> "qfuds_saga_factions_canon_naming_ko";
  "qfuds_saga_character_depth_sheets_ko" -> "qfuds_saga_character_liora_sen_ko";
  "qfuds_saga_character_depth_sheets_ko" -> "qfuds_saga_character_ensemble_voices_relationships_ko";
  "qfuds_saga_character_depth_sheets_ko" -> "qfuds_saga_last_archive_origin_and_reversal_causality_ko";
  "qfuds_saga_authorship_of_the_standard_theme_axis_ko" -> "qfuds_saga_last_archive_origin_and_reversal_causality_ko";
  "qfuds_saga_authorship_of_the_standard_theme_axis_ko" -> "qfuds_saga_ai_automation_human_in_the_loop_ssot_ko";
  "qfuds_saga_authorship_of_the_standard_theme_axis_ko" -> "qfuds_saga_bitcoin_stature_ideology_deeptime_ko";
  "qfuds_saga_ideological_incoherence_triad_ko" -> "qfuds_saga_factions_cultures_power_ecology_ko";
  "qfuds_saga_ideological_incoherence_triad_ko" -> "qfuds_saga_bitcoin_stature_ideology_deeptime_ko";
  "qfuds_saga_ideological_incoherence_triad_ko" -> "qfuds_saga_authorship_of_the_standard_theme_axis_ko";
  "qfuds_saga_ideological_incoherence_triad_ko" -> "qfuds_saga_ai_automation_human_in_the_loop_ssot_ko";
  "qfuds_saga_character_map_and_timeline_coordinates_ko" -> "qfuds_saga_character_liora_sen_ko";
  "qfuds_saga_character_map_and_timeline_coordinates_ko" -> "qfuds_saga_character_ensemble_voices_relationships_ko";
  "qfuds_saga_character_map_and_timeline_coordinates_ko" -> "qfuds_saga_character_depth_sheets_ko";
  "qfuds_saga_character_map_and_timeline_coordinates_ko" -> "qfuds_saga_deep_time_restoration_timeline_ko";
  "qfuds_saga_machine_childhood_ai_history_narrator_throughline_ko" -> "qfuds_saga_qday_aftermath_timeline_and_world_ko";
  "qfuds_saga_machine_childhood_ai_history_narrator_throughline_ko" -> "qfuds_saga_near_future_recenter_direction_ko";
  "qfuds_saga_machine_childhood_ai_history_narrator_throughline_ko" -> "qfuds_saga_character_map_and_timeline_coordinates_ko";
  "qfuds_saga_machine_childhood_ai_history_narrator_throughline_ko" -> "qfuds_saga_in_world_physics_information_unitarity_restoration_ko";
  "qfuds_saga_bible_index_ko" -> "qfuds_saga_index_ko";
  "qfuds_saga_agentic_system_ko" -> "qfuds_saga_index_ko";
  "qfuds_saga_agentic_system_ko" -> "qfuds_lineage_agentic_research_system_ko" [style=dashed, color=red];
  "qfuds_saga_agentic_system_ko" -> "qfuds_fiction_saga_index_ko" [style=dashed, color=red];
  "qfuds_saga_bilingual_term_discipline_glossary_ko" -> "qfuds_saga_agentic_system_ko";
  "qfuds_saga_bilingual_term_discipline_glossary_ko" -> "qfuds_saga_post_agi_civilization_history_bilingual_protocol_ko";
  "qfuds_saga_arc_two_gsd_phase_brief_ko" -> "qfuds_saga_arc_two_korean_primary_plan_ko";
  "qfuds_saga_arc_two_gsd_phase_brief_ko" -> "qfuds_saga_who_may_refuse_korean_primary";
  "qfuds_saga_series_production_harness_ko" -> "qfuds_saga_agentic_system_ko";
  "qfuds_saga_series_production_harness_ko" -> "qfuds_saga_first_arc_release_immersion_revision_plan_ko";
  "qfuds_saga_series_production_harness_ko" -> "qfuds_saga_character_ensemble_voices_relationships_ko";
  "qfuds_saga_series_production_harness_ko" -> "qfuds_saga_production_board_ko";
  "qfuds_saga_creative_inputs_traceability_ko" -> "qfuds_saga_index_ko";
  "qfuds_saga_first_arc_book1_gsd_phase_brief_ko" -> "qfuds_saga_first_arc_book1_outline_reboot_ko";
  "qfuds_saga_first_arc_book1_gsd_phase_brief_ko" -> "qfuds_saga_first_arc_scene_cards_ko";
  "qfuds_saga_first_arc_book1_gsd_phase_brief_ko" -> "qfuds_saga_first_arc_book1_reboot_korean_primary";
  "qfuds_saga_first_arc_book1_gsd_phase_brief_ko" -> "qfuds_saga_series_production_harness_ko";
  "qfuds_saga_external_ai_writing_systems_gap_audit_ko" -> "qfuds_saga_series_production_harness_ko";
  "qfuds_saga_external_ai_writing_systems_gap_audit_ko" -> "qfuds_saga_creative_inputs_traceability_ko";
  "qfuds_saga_external_ai_writing_systems_gap_audit_ko" -> "agentic_fiction_harness_perspectives_ko" [style=dashed, color=red];
  "qfuds_saga_external_ai_writing_systems_gap_audit_ko" -> "qfuds_saga_five_core_dramatic_questions_spine_ko";
  "qfuds_saga_production_board_ko" -> "qfuds_saga_agentic_system_ko";
  "qfuds_saga_production_board_ko" -> "qfuds_saga_series_production_harness_ko";
  "qfuds_saga_production_board_ko" -> "qfuds_saga_external_ai_writing_systems_gap_audit_ko";
  "qfuds_saga_chapter_intent_card_template_ko" -> "qfuds_saga_production_board_ko";
  "qfuds_saga_chapter_intent_card_template_ko" -> "qfuds_saga_series_production_harness_ko";
  "qfuds_saga_chapter_intent_card_template_ko" -> "qfuds_saga_five_core_dramatic_questions_spine_ko";
  "qfuds_saga_expert_panel_world_system_handoff_ko" -> "qfuds_saga_production_board_ko";
  "qfuds_saga_expert_panel_world_system_handoff_ko" -> "qfuds_saga_qday_aftermath_timeline_and_world_ko";
  "qfuds_saga_expert_panel_world_system_handoff_ko" -> "qfuds_saga_cryptographic_death_and_hash_covenant_ko";
  "qfuds_saga_expert_panel_world_system_handoff_ko" -> "qfuds_saga_factions_cultures_power_ecology_ko";
  "qfuds_saga_near_future_forecast_panel_method_ko" -> "qfuds_saga_expert_panel_world_system_handoff_ko";
  "qfuds_saga_near_future_forecast_panel_method_ko" -> "qfuds_saga_qday_world_system_14domain_matrix_ko";
  "qfuds_saga_near_future_forecast_panel_method_ko" -> "qfuds_saga_production_board_ko";
  "qfuds_saga_real_world_and_physics_research_anchors_ko" -> "qfuds_saga_near_future_forecast_panel_method_ko";
  "qfuds_saga_real_world_and_physics_research_anchors_ko" -> "qfuds_saga_reader_accessibility_and_real_world_anchors_ko";
  "qfuds_saga_truth_state_ledger_ko" -> "qfuds_saga_external_ai_writing_systems_gap_audit_ko";
  "qfuds_saga_truth_state_ledger_ko" -> "qfuds_saga_last_archive_reveal_architecture_ko";
  "qfuds_saga_truth_state_ledger_ko" -> "qfuds_saga_first_arc_reader_reveal_ladder_ko";
  "qfuds_saga_truth_state_ledger_ko" -> "qfuds_saga_five_core_dramatic_questions_spine_ko";
  "qfuds_saga_truth_state_ledger_ko" -> "qfuds_saga_character_map_and_timeline_coordinates_ko";
  "qfuds_saga_chronicler_pass_plan_ko" -> "qfuds_verse_worldbuilding_architecture_ko";
  "qfuds_saga_chronicler_pass_plan_ko" -> "qfuds_verse_canon_drift_and_tech_debt_report_ko";
  "qfuds_saga_chronicler_pass_plan_ko" -> "qfuds_saga_canon_authority_and_ssot_map_ko";
  "qfuds_saga_chronicler_pass_plan_ko" -> "qfuds_saga_restoration_mechanism_correction_ko";
  "qfuds_saga_chronicler_pass_plan_ko" -> "qfuds_saga_character_map_and_timeline_coordinates_ko";
+   "qfuds_saga_final_chronicler_report_ko" -> "qfuds_verse_worldbuilding_architecture_ko";
+   "qfuds_saga_final_chronicler_report_ko" -> "qfuds_verse_canon_drift_and_tech_debt_report_ko";
+   "qfuds_saga_final_chronicler_report_ko" -> "qfuds_saga_chronicler_pass_plan_ko";
+   "qfuds_saga_final_chronicler_report_ko" -> "qfuds_saga_canon_authority_and_ssot_map_ko";
+   "qfuds_saga_final_chronicler_report_ko" -> "qfuds_saga_character_map_and_timeline_coordinates_ko";
  "qfuds_saga_workroom_index_ko" -> "qfuds_saga_index_ko";
  "qfuds_saga_visual_exhibit_design_ko" -> "qfuds_saga_mara_veyr_prologue_english_revision_ko" [style=dashed, color=red];
  "qfuds_saga_visual_exhibit_design_ko" -> "qfuds_saga_post_agi_civilization_history_bilingual_protocol_ko";
  "qfuds_saga_visual_exhibit_design_ko" -> "qfuds_saga_agentic_system_ko";
  "qfuds_saga_arc_two_korean_primary_plan_ko" -> "qfuds_saga_first_arc_canon_consolidation_ko";
  "qfuds_saga_arc_two_korean_primary_plan_ko" -> "qfuds_saga_the_broken_crown_revised_v2_korean_adaptation";
  "qfuds_saga_arc_two_korean_primary_plan_ko" -> "qfuds_saga_reader_accessibility_and_real_world_anchors_ko";
  "qfuds_saga_arc_two_korean_primary_plan_ko" -> "qfuds_saga_bilingual_term_discipline_glossary_ko";
  "qfuds_saga_last_archive_reveal_architecture_ko" -> "qfuds_saga_last_archive_origin_and_reversal_causality_ko";
  "qfuds_saga_last_archive_reveal_architecture_ko" -> "qfuds_saga_reader_accessibility_and_real_world_anchors_ko";
  "qfuds_saga_format_throughline_and_progress_ko" -> "qfuds_saga_last_archive_reveal_architecture_ko";
  "qfuds_saga_format_throughline_and_progress_ko" -> "qfuds_saga_last_archive_origin_and_reversal_causality_ko";
  "qfuds_saga_arc_two_episode_map_ko" -> "qfuds_saga_arc_two_korean_primary_plan_ko";
  "qfuds_saga_arc_two_episode_map_ko" -> "qfuds_saga_who_may_author_loss_korean_primary";
  "qfuds_saga_arc_two_episode_map_ko" -> "qfuds_saga_who_may_refuse_korean_primary";
  "qfuds_saga_arc_map_multiarc_ko" -> "qfuds_saga_five_core_dramatic_questions_spine_ko";
  "qfuds_saga_arc_map_multiarc_ko" -> "qfuds_saga_world_compendium_codex_ko";
  "qfuds_saga_arc_map_multiarc_ko" -> "qfuds_saga_bitcoin_stature_ideology_deeptime_ko";
  "qfuds_saga_arc_map_multiarc_ko" -> "qfuds_saga_last_archive_origin_and_reversal_causality_ko";
  "qfuds_saga_arc_map_multiarc_ko" -> "qfuds_saga_last_archive_reveal_architecture_ko";
  "qfuds_saga_arc_map_multiarc_ko" -> "qfuds_saga_cryptographic_death_era_and_crypto_concepts_ko";
  "qfuds_saga_arc_map_multiarc_ko" -> "qfuds_saga_first_arc_book1_outline_reboot_ko";
  "qfuds_saga_arc_map_multiarc_ko" -> "qfuds_saga_first_arc_scene_cards_ko";
  "qfuds_saga_arc_map_multiarc_ko" -> "qfuds_saga_first_arc_book1_reboot_korean_primary";
  "qfuds_saga_arc_map_multiarc_ko" -> "qfuds_saga_arc_two_korean_primary_plan_ko";
  "qfuds_saga_arc_map_multiarc_ko" -> "qfuds_saga_arc_two_episode_map_ko";
  "qfuds_saga_first_arc_book1_outline_reboot_ko" -> "qfuds_saga_liora_sen_first_episode_beat_sheet_ko" [style=dashed, color=red];
  "qfuds_saga_first_arc_book1_outline_reboot_ko" -> "qfuds_saga_genesis_chain_artifact_scene_packet_ko" [style=dashed, color=red];
  "qfuds_saga_first_arc_book1_outline_reboot_ko" -> "qfuds_saga_first_arc_six_episode_outline_ko" [style=dashed, color=red];
  "qfuds_saga_first_arc_book1_outline_reboot_ko" -> "qfuds_saga_last_archive_reveal_architecture_ko";
  "qfuds_saga_first_arc_book1_outline_reboot_ko" -> "qfuds_saga_format_throughline_and_progress_ko";
  "qfuds_saga_first_arc_book1_outline_reboot_ko" -> "qfuds_saga_world_compendium_codex_ko";
  "qfuds_saga_first_arc_book1_outline_reboot_ko" -> "qfuds_saga_bitcoin_stature_ideology_deeptime_ko";
  "qfuds_saga_first_arc_book1_outline_reboot_ko" -> "qfuds_saga_character_depth_sheets_ko";
  "qfuds_saga_first_arc_scene_cards_ko" -> "qfuds_saga_first_arc_book1_outline_reboot_ko";
  "qfuds_saga_first_arc_scene_cards_ko" -> "qfuds_saga_series_production_harness_ko";
  "qfuds_saga_sovereign_ai_open_closed_axis_brainstorm_ko" -> "qfuds_saga_authorship_of_the_standard_theme_axis_ko";
  "qfuds_saga_sovereign_ai_open_closed_axis_brainstorm_ko" -> "qfuds_saga_ai_automation_human_in_the_loop_ssot_ko";
  "qfuds_saga_sovereign_ai_open_closed_axis_brainstorm_ko" -> "qfuds_saga_bitcoin_stature_ideology_deeptime_ko";
  "qfuds_saga_sovereign_ai_open_closed_axis_brainstorm_ko" -> "qfuds_saga_last_archive_origin_and_reversal_causality_ko";
  "qfuds_saga_five_core_dramatic_questions_spine_ko" -> "qfuds_saga_authorship_of_the_standard_theme_axis_ko";
  "qfuds_saga_five_core_dramatic_questions_spine_ko" -> "qfuds_saga_restoration_mechanism_correction_ko";
  "qfuds_saga_five_core_dramatic_questions_spine_ko" -> "qfuds_saga_ai_automation_human_in_the_loop_ssot_ko";
  "qfuds_saga_five_core_dramatic_questions_spine_ko" -> "qfuds_saga_last_archive_origin_and_reversal_causality_ko";
  "qfuds_saga_five_core_dramatic_questions_spine_ko" -> "qfuds_saga_character_ensemble_voices_relationships_ko";
  "qfuds_saga_first_arc_origin_outline_ko" -> "qfuds_saga_five_core_dramatic_questions_spine_ko";
  "qfuds_saga_first_arc_origin_outline_ko" -> "qfuds_saga_arc_map_multiarc_ko";
  "qfuds_saga_first_arc_origin_outline_ko" -> "qfuds_saga_cryptographic_death_era_and_crypto_concepts_ko";
  "qfuds_saga_first_arc_origin_outline_ko" -> "qfuds_saga_last_archive_origin_and_reversal_causality_ko";
  "qfuds_saga_first_arc_origin_outline_ko" -> "qfuds_saga_bitcoin_stature_ideology_deeptime_ko";
  "qfuds_saga_first_arc_origin_outline_ko" -> "qfuds_saga_last_archive_reveal_architecture_ko";
  "qfuds_saga_first_arc_origin_scene_cards_ko" -> "qfuds_saga_first_arc_origin_outline_ko";
  "qfuds_saga_first_arc_origin_scene_cards_ko" -> "qfuds_saga_five_core_dramatic_questions_spine_ko";
  "qfuds_saga_first_arc_origin_scene_cards_ko" -> "qfuds_saga_arc_map_multiarc_ko";
  "qfuds_saga_first_arc_origin_scene_cards_ko" -> "qfuds_saga_cryptographic_death_era_and_crypto_concepts_ko";
  "qfuds_saga_first_arc_origin_scene_cards_ko" -> "qfuds_saga_series_production_harness_ko";
  "qfuds_saga_crypto_concepts_reader_onboarding_check_ko" -> "qfuds_saga_first_arc_origin_outline_ko";
  "qfuds_saga_crypto_concepts_reader_onboarding_check_ko" -> "qfuds_saga_first_arc_origin_scene_cards_ko";
  "qfuds_saga_crypto_concepts_reader_onboarding_check_ko" -> "qfuds_saga_cryptographic_death_era_and_crypto_concepts_ko";
  "qfuds_saga_crypto_concepts_reader_onboarding_check_ko" -> "qfuds_saga_cryptographic_death_and_hash_covenant_ko";
  "qfuds_saga_crypto_concepts_reader_onboarding_check_ko" -> "qfuds_saga_bitcoin_stature_ideology_deeptime_ko";
  "qfuds_saga_crypto_concepts_reader_onboarding_check_ko" -> "fiction_reader_onboarding_harness_ko" [style=dashed, color=red];
  "qfuds_saga_sael_origin_execution_sheet_ko" -> "qfuds_saga_first_arc_origin_outline_ko";
  "qfuds_saga_sael_origin_execution_sheet_ko" -> "qfuds_saga_first_arc_origin_scene_cards_ko";
  "qfuds_saga_sael_origin_execution_sheet_ko" -> "qfuds_saga_five_core_dramatic_questions_spine_ko";
  "qfuds_saga_qday_incident_bridge_outline_ko" -> "qfuds_saga_first_arc_origin_outline_ko";
  "qfuds_saga_qday_incident_bridge_outline_ko" -> "qfuds_saga_first_arc_origin_scene_cards_ko";
  "qfuds_saga_qday_incident_bridge_outline_ko" -> "qfuds_saga_five_core_dramatic_questions_spine_ko";
  "qfuds_saga_qday_incident_bridge_outline_ko" -> "qfuds_saga_cryptographic_death_era_and_crypto_concepts_ko";
  "qfuds_saga_qday_incident_bridge_outline_ko" -> "qfuds_saga_last_archive_origin_and_reversal_causality_ko";
  "qfuds_saga_qday_incident_bridge_outline_ko" -> "qfuds_saga_ai_automation_human_in_the_loop_ssot_ko";
  "qfuds_saga_first_arc_reader_reveal_ladder_ko" -> "qfuds_saga_first_arc_origin_outline_ko";
  "qfuds_saga_first_arc_reader_reveal_ladder_ko" -> "qfuds_saga_first_arc_origin_scene_cards_ko";
  "qfuds_saga_first_arc_reader_reveal_ladder_ko" -> "qfuds_saga_qday_incident_bridge_outline_ko";
  "qfuds_saga_first_arc_reader_reveal_ladder_ko" -> "qfuds_saga_five_core_dramatic_questions_spine_ko";
  "qfuds_saga_first_arc_causal_master_outline_ko" -> "qfuds_saga_first_arc_origin_outline_ko";
  "qfuds_saga_first_arc_causal_master_outline_ko" -> "qfuds_saga_first_arc_origin_scene_cards_ko";
  "qfuds_saga_first_arc_causal_master_outline_ko" -> "qfuds_saga_qday_incident_bridge_outline_ko";
  "qfuds_saga_first_arc_causal_master_outline_ko" -> "qfuds_saga_first_arc_reader_reveal_ladder_ko";
  "qfuds_saga_first_arc_causal_master_outline_ko" -> "qfuds_saga_five_core_dramatic_questions_spine_ko";
  "qfuds_saga_first_arc_reader_orientation_world_and_cast_ko" -> "qfuds_saga_first_arc_origin_outline_ko";
  "qfuds_saga_first_arc_reader_orientation_world_and_cast_ko" -> "qfuds_saga_five_core_dramatic_questions_spine_ko";
  "qfuds_saga_first_arc_reader_orientation_world_and_cast_ko" -> "qfuds_saga_drafts_origin_sael_webnovel_storyboard_ko";
  "qfuds_saga_first_arc_reader_orientation_world_and_cast_ko" -> "qfuds_saga_first_arc_book1_reboot_korean_primary";
  "qfuds_saga_new_book1_orpheus_design_ko" -> "qfuds_saga_character_map_and_timeline_coordinates_ko";
  "qfuds_saga_new_book1_orpheus_design_ko" -> "qfuds_saga_in_world_physics_information_unitarity_restoration_ko";
  "qfuds_saga_new_book1_orpheus_design_ko" -> "qfuds_saga_last_archive_origin_and_reversal_causality_ko";
  "qfuds_saga_near_future_recenter_direction_ko" -> "qfuds_saga_qday_aftermath_timeline_and_world_ko";
  "qfuds_saga_near_future_recenter_direction_ko" -> "qfuds_saga_new_book1_orpheus_design_ko";
  "qfuds_saga_near_future_recenter_direction_ko" -> "qfuds_saga_character_map_and_timeline_coordinates_ko";
  "qfuds_saga_machine_narrator_voice_and_setup_payoff_treatment_ko" -> "qfuds_saga_machine_childhood_ai_history_narrator_throughline_ko";
  "qfuds_saga_machine_narrator_voice_and_setup_payoff_treatment_ko" -> "qfuds_saga_near_future_recenter_direction_ko";
  "qfuds_saga_machine_narrator_voice_and_setup_payoff_treatment_ko" -> "qfuds_saga_qday_aftermath_timeline_and_world_ko";
  "qfuds_saga_machine_narrator_voice_and_setup_payoff_treatment_ko" -> "qfuds_saga_character_map_and_timeline_coordinates_ko";
  "qfuds_saga_near_future_prelude_forecast_ko" -> "qfuds_saga_near_future_forecast_panel_method_ko";
  "qfuds_saga_near_future_prelude_forecast_ko" -> "qfuds_saga_real_world_and_physics_research_anchors_ko";
  "qfuds_saga_near_future_prelude_forecast_ko" -> "qfuds_saga_qday_aftermath_timeline_and_world_ko";
  "qfuds_saga_near_future_prelude_forecast_ko" -> "qfuds_saga_near_future_recenter_direction_ko";
+   "qfuds_saga_register_morph_opening_and_ending_options_ko" -> "qfuds_saga_last_archive_reveal_architecture_ko";
+   "qfuds_saga_register_morph_opening_and_ending_options_ko" -> "qfuds_saga_deep_time_restoration_timeline_ko";
+   "qfuds_saga_register_morph_opening_and_ending_options_ko" -> "qfuds_verse_far_future_native_lexicon_return_death_ko";
+   "qfuds_saga_register_morph_opening_and_ending_options_ko" -> "qfuds_saga_machine_narrator_voice_and_setup_payoff_treatment_ko";
+   "qfuds_saga_register_morph_opening_and_ending_options_ko" -> "qfuds_saga_five_core_dramatic_questions_spine_ko";
  "qfuds_saga_story_design_index_ko" -> "qfuds_saga_index_ko";
  "qfuds_saga_drafts_jua_full_novel_korean_primary" -> "qfuds_saga_near_future_recenter_direction_ko";
  "qfuds_saga_drafts_jua_full_novel_korean_primary" -> "qfuds_saga_in_world_physics_information_unitarity_restoration_ko";
  "qfuds_saga_drafts_jua_full_novel_korean_primary" -> "qfuds_saga_character_map_and_timeline_coordinates_ko";
  "qfuds_saga_drafts_jua_full_novel_korean_primary" -> "qfuds_saga_machine_childhood_ai_history_narrator_throughline_ko";
  "qfuds_saga_drafts_origin_sael_korean_primary" -> "qfuds_saga_first_arc_origin_outline_ko";
  "qfuds_saga_drafts_origin_sael_korean_primary" -> "qfuds_saga_first_arc_origin_scene_cards_ko";
  "qfuds_saga_drafts_origin_sael_korean_primary" -> "qfuds_saga_sael_origin_execution_sheet_ko";
  "qfuds_saga_drafts_origin_sael_korean_primary" -> "qfuds_saga_five_core_dramatic_questions_spine_ko";
  "qfuds_saga_drafts_origin_sael_korean_primary" -> "qfuds_saga_arc_map_multiarc_ko";
  "qfuds_saga_drafts_origin_sael_korean_primary" -> "qfuds_saga_crypto_concepts_reader_onboarding_check_ko";
  "qfuds_saga_drafts_origin_sael_webnovel_storyboard_ko" -> "qfuds_saga_drafts_origin_sael_korean_primary";
  "qfuds_saga_drafts_origin_sael_webnovel_storyboard_ko" -> "qfuds_saga_first_arc_origin_outline_ko";
  "qfuds_saga_drafts_origin_sael_webnovel_storyboard_ko" -> "qfuds_saga_first_arc_origin_scene_cards_ko";
  "qfuds_saga_drafts_origin_sael_webnovel_storyboard_ko" -> "qfuds_saga_sael_origin_execution_sheet_ko";
  "qfuds_saga_drafts_origin_sael_webnovel_storyboard_ko" -> "qfuds_saga_five_core_dramatic_questions_spine_ko";
  "qfuds_saga_drafts_origin_sael_webnovel_storyboard_ko" -> "qfuds_saga_crypto_concepts_reader_onboarding_check_ko";
  "qfuds_saga_drafts_origin_sael_webnovel_storyboard_ko" -> "fiction_reader_onboarding_harness_ko" [style=dashed, color=red];
  "qfuds_saga_drafts_origin_sael_webnovel_storyboard_en" -> "qfuds_saga_drafts_origin_sael_webnovel_storyboard_ko";
  "qfuds_saga_drafts_origin_sael_webnovel_storyboard_en" -> "qfuds_saga_drafts_origin_sael_korean_primary";
  "qfuds_saga_drafts_origin_sael_webnovel_storyboard_en" -> "qfuds_saga_first_arc_origin_outline_ko";
  "qfuds_saga_drafts_origin_sael_webnovel_storyboard_en" -> "qfuds_saga_first_arc_origin_scene_cards_ko";
  "qfuds_saga_drafts_origin_sael_full_novel_korean_primary" -> "qfuds_saga_drafts_origin_sael_webnovel_storyboard_ko";
  "qfuds_saga_drafts_origin_sael_full_novel_korean_primary" -> "qfuds_saga_drafts_origin_sael_korean_primary";
  "qfuds_saga_drafts_origin_sael_full_novel_korean_primary" -> "qfuds_saga_first_arc_origin_outline_ko";
  "qfuds_saga_drafts_origin_sael_full_novel_korean_primary" -> "qfuds_saga_first_arc_origin_scene_cards_ko";
  "qfuds_saga_drafts_origin_sael_full_novel_korean_primary" -> "qfuds_saga_first_arc_reader_orientation_world_and_cast_ko";
  "qfuds_saga_drafts_origin_sael_full_novel_korean_primary" -> "qfuds_saga_ai_automation_human_in_the_loop_ssot_ko";
  "qfuds_saga_drafts_book1_5_index_ko" -> "qfuds_saga_drafts_index_ko";
  "qfuds_saga_drafts_orpheus_full_novel_korean_primary" -> "qfuds_saga_new_book1_orpheus_design_ko";
  "qfuds_saga_drafts_orpheus_full_novel_korean_primary" -> "qfuds_saga_qday_aftermath_timeline_and_world_ko";
  "qfuds_saga_drafts_orpheus_full_novel_korean_primary" -> "qfuds_saga_in_world_physics_information_unitarity_restoration_ko";
  "qfuds_saga_drafts_orpheus_full_novel_korean_primary" -> "qfuds_saga_character_map_and_timeline_coordinates_ko";
  "qfuds_saga_drafts_book1_index_ko" -> "qfuds_saga_drafts_index_ko";
  "qfuds_saga_first_arc_book1_reboot_korean_primary" -> "qfuds_saga_first_arc_book1_gsd_phase_brief_ko";
  "qfuds_saga_first_arc_book1_reboot_korean_primary" -> "qfuds_saga_first_arc_book1_outline_reboot_ko";
  "qfuds_saga_first_arc_book1_reboot_korean_primary" -> "qfuds_saga_first_arc_scene_cards_ko";
  "qfuds_saga_first_arc_book1_reboot_korean_primary" -> "qfuds_saga_reader_accessibility_and_real_world_anchors_ko";
  "qfuds_saga_first_arc_book1_reboot_korean_primary" -> "qfuds_saga_last_archive_origin_and_reversal_causality_ko";
  "qfuds_saga_first_arc_book1_reboot_korean_primary" -> "qfuds_saga_bitcoin_stature_ideology_deeptime_ko";
  "qfuds_saga_first_arc_book1_reboot_korean_primary" -> "qfuds_saga_character_ensemble_voices_relationships_ko";
  "qfuds_saga_drafts_mara_full_novel_korean_primary" -> "qfuds_saga_first_arc_book1_reboot_korean_primary";
  "qfuds_saga_drafts_mara_full_novel_korean_primary" -> "qfuds_saga_drafts_origin_sael_full_novel_korean_primary";
  "qfuds_saga_drafts_mara_full_novel_korean_primary" -> "qfuds_saga_first_arc_reader_orientation_world_and_cast_ko";
  "qfuds_saga_drafts_mara_full_novel_korean_primary" -> "qfuds_saga_five_core_dramatic_questions_spine_ko";
  "qfuds_saga_drafts_mara_full_novel_korean_primary" -> "qfuds_saga_character_ensemble_voices_relationships_ko";
  "qfuds_saga_drafts_book2_index_ko" -> "qfuds_saga_drafts_index_ko";
  "qfuds_saga_exhibit_s0_episode1_revised_v2_english_draft" -> "qfuds_saga_first_arc_full_revision_pass" [style=dashed, color=red];
  "qfuds_saga_exhibit_s0_episode1_revised_v2_english_draft" -> "qfuds_saga_exhibit_s0_episode1_revised_english_draft" [style=dashed, color=red];
  "qfuds_saga_the_dead_exchange_revised_v2_english_draft" -> "qfuds_saga_first_arc_full_revision_pass" [style=dashed, color=red];
  "qfuds_saga_the_dead_exchange_revised_v2_english_draft" -> "qfuds_saga_the_dead_exchange_english_draft" [style=dashed, color=red];
  "qfuds_saga_the_dead_exchange_revised_v2_english_draft" -> "qfuds_saga_exhibit_s0_episode1_revised_v2_english_draft";
  "qfuds_saga_the_last_hodler_revised_v2_english_draft" -> "qfuds_saga_first_arc_full_revision_pass" [style=dashed, color=red];
  "qfuds_saga_the_last_hodler_revised_v2_english_draft" -> "qfuds_saga_the_last_hodler_english_draft" [style=dashed, color=red];
  "qfuds_saga_the_last_hodler_revised_v2_english_draft" -> "qfuds_saga_the_dead_exchange_revised_v2_english_draft";
  "qfuds_saga_identity_flood_revised_v2_english_draft" -> "qfuds_saga_first_arc_full_revision_pass" [style=dashed, color=red];
  "qfuds_saga_identity_flood_revised_v2_english_draft" -> "qfuds_saga_identity_flood_english_draft" [style=dashed, color=red];
  "qfuds_saga_identity_flood_revised_v2_english_draft" -> "qfuds_saga_the_last_hodler_revised_v2_english_draft";
  "qfuds_saga_hawking_court_revised_v2_english_draft" -> "qfuds_saga_first_arc_full_revision_pass" [style=dashed, color=red];
  "qfuds_saga_hawking_court_revised_v2_english_draft" -> "qfuds_saga_hawking_court_english_draft" [style=dashed, color=red];
  "qfuds_saga_hawking_court_revised_v2_english_draft" -> "qfuds_saga_identity_flood_revised_v2_english_draft";
  "qfuds_saga_the_broken_crown_revised_v2_english_draft" -> "qfuds_saga_first_arc_full_revision_pass" [style=dashed, color=red];
  "qfuds_saga_the_broken_crown_revised_v2_english_draft" -> "qfuds_saga_the_broken_crown_english_draft" [style=dashed, color=red];
  "qfuds_saga_the_broken_crown_revised_v2_english_draft" -> "qfuds_saga_hawking_court_revised_v2_english_draft";
  "qfuds_saga_exhibit_s0_episode1_revised_v2_korean_adaptation" -> "qfuds_saga_first_arc_polish_read_order_pass" [style=dashed, color=red];
  "qfuds_saga_exhibit_s0_episode1_revised_v2_korean_adaptation" -> "qfuds_saga_exhibit_s0_episode1_revised_v2_english_draft";
  "qfuds_saga_the_dead_exchange_revised_v2_korean_adaptation" -> "qfuds_saga_first_arc_polish_read_order_pass" [style=dashed, color=red];
  "qfuds_saga_the_dead_exchange_revised_v2_korean_adaptation" -> "qfuds_saga_the_dead_exchange_revised_v2_english_draft";
  "qfuds_saga_the_dead_exchange_revised_v2_korean_adaptation" -> "qfuds_saga_exhibit_s0_episode1_revised_v2_korean_adaptation";
  "qfuds_saga_the_last_hodler_revised_v2_korean_adaptation" -> "qfuds_saga_first_arc_polish_read_order_pass" [style=dashed, color=red];
  "qfuds_saga_the_last_hodler_revised_v2_korean_adaptation" -> "qfuds_saga_the_last_hodler_revised_v2_english_draft";
  "qfuds_saga_the_last_hodler_revised_v2_korean_adaptation" -> "qfuds_saga_the_dead_exchange_revised_v2_korean_adaptation";
  "qfuds_saga_identity_flood_revised_v2_korean_adaptation" -> "qfuds_saga_first_arc_polish_read_order_pass" [style=dashed, color=red];
  "qfuds_saga_identity_flood_revised_v2_korean_adaptation" -> "qfuds_saga_identity_flood_revised_v2_english_draft";
  "qfuds_saga_identity_flood_revised_v2_korean_adaptation" -> "qfuds_saga_the_last_hodler_revised_v2_korean_adaptation";
  "qfuds_saga_hawking_court_revised_v2_korean_adaptation" -> "qfuds_saga_first_arc_polish_read_order_pass" [style=dashed, color=red];
  "qfuds_saga_hawking_court_revised_v2_korean_adaptation" -> "qfuds_saga_hawking_court_revised_v2_english_draft";
  "qfuds_saga_hawking_court_revised_v2_korean_adaptation" -> "qfuds_saga_identity_flood_revised_v2_korean_adaptation";
  "qfuds_saga_the_broken_crown_revised_v2_korean_adaptation" -> "qfuds_saga_first_arc_polish_read_order_pass" [style=dashed, color=red];
  "qfuds_saga_the_broken_crown_revised_v2_korean_adaptation" -> "qfuds_saga_the_broken_crown_revised_v2_english_draft";
  "qfuds_saga_the_broken_crown_revised_v2_korean_adaptation" -> "qfuds_saga_hawking_court_revised_v2_korean_adaptation";
  "qfuds_saga_first_arc_opening_broken_crown_event_korean_primary" -> "qfuds_saga_last_archive_origin_and_reversal_causality_ko";
  "qfuds_saga_first_arc_opening_broken_crown_event_korean_primary" -> "qfuds_saga_last_archive_reveal_architecture_ko";
  "qfuds_saga_first_arc_opening_broken_crown_event_korean_primary" -> "qfuds_saga_reader_accessibility_and_real_world_anchors_ko";
  "qfuds_saga_exhibit_s0_episode1_revised_v2_korean_adaptation_v3snapshot" -> "qfuds_saga_first_arc_polish_read_order_pass" [style=dashed, color=red];
  "qfuds_saga_exhibit_s0_episode1_revised_v2_korean_adaptation_v3snapshot" -> "qfuds_saga_exhibit_s0_episode1_revised_v2_english_draft";
  "qfuds_saga_the_dead_exchange_revised_v2_korean_adaptation_v3snapshot" -> "qfuds_saga_first_arc_polish_read_order_pass" [style=dashed, color=red];
  "qfuds_saga_the_dead_exchange_revised_v2_korean_adaptation_v3snapshot" -> "qfuds_saga_the_dead_exchange_revised_v2_english_draft";
  "qfuds_saga_the_dead_exchange_revised_v2_korean_adaptation_v3snapshot" -> "qfuds_saga_exhibit_s0_episode1_revised_v2_korean_adaptation";
  "qfuds_saga_the_last_hodler_revised_v2_korean_adaptation_v3snapshot" -> "qfuds_saga_first_arc_polish_read_order_pass" [style=dashed, color=red];
  "qfuds_saga_the_last_hodler_revised_v2_korean_adaptation_v3snapshot" -> "qfuds_saga_the_last_hodler_revised_v2_english_draft";
  "qfuds_saga_the_last_hodler_revised_v2_korean_adaptation_v3snapshot" -> "qfuds_saga_the_dead_exchange_revised_v2_korean_adaptation";
  "qfuds_saga_identity_flood_revised_v2_korean_adaptation_v3snapshot" -> "qfuds_saga_first_arc_polish_read_order_pass" [style=dashed, color=red];
  "qfuds_saga_identity_flood_revised_v2_korean_adaptation_v3snapshot" -> "qfuds_saga_identity_flood_revised_v2_english_draft";
  "qfuds_saga_identity_flood_revised_v2_korean_adaptation_v3snapshot" -> "qfuds_saga_the_last_hodler_revised_v2_korean_adaptation";
  "qfuds_saga_hawking_court_revised_v2_korean_adaptation_v3snapshot" -> "qfuds_saga_first_arc_polish_read_order_pass" [style=dashed, color=red];
  "qfuds_saga_hawking_court_revised_v2_korean_adaptation_v3snapshot" -> "qfuds_saga_hawking_court_revised_v2_english_draft";
  "qfuds_saga_hawking_court_revised_v2_korean_adaptation_v3snapshot" -> "qfuds_saga_identity_flood_revised_v2_korean_adaptation";
  "qfuds_saga_the_broken_crown_revised_v2_korean_adaptation_v3snapshot" -> "qfuds_saga_first_arc_polish_read_order_pass" [style=dashed, color=red];
  "qfuds_saga_the_broken_crown_revised_v2_korean_adaptation_v3snapshot" -> "qfuds_saga_the_broken_crown_revised_v2_english_draft";
  "qfuds_saga_the_broken_crown_revised_v2_korean_adaptation_v3snapshot" -> "qfuds_saga_hawking_court_revised_v2_korean_adaptation";
  "qfuds_saga_drafts_versions_index_ko" -> "qfuds_saga_drafts_index_ko";
  "qfuds_saga_who_may_author_loss_korean_primary" -> "qfuds_saga_arc_two_korean_primary_plan_ko";
  "qfuds_saga_who_may_author_loss_korean_primary" -> "qfuds_saga_the_broken_crown_revised_v2_korean_adaptation";
  "qfuds_saga_who_may_author_loss_korean_primary" -> "qfuds_saga_reader_accessibility_and_real_world_anchors_ko";
  "qfuds_saga_who_may_author_loss_korean_primary" -> "qfuds_saga_bilingual_term_discipline_glossary_ko";
  "qfuds_saga_who_may_author_loss_english_counterpart" -> "qfuds_saga_who_may_author_loss_korean_primary";
  "qfuds_saga_who_may_author_loss_english_counterpart" -> "qfuds_saga_arc_two_korean_primary_plan_ko";
  "qfuds_saga_who_may_author_loss_english_counterpart" -> "qfuds_saga_the_broken_crown_revised_v2_korean_adaptation";
  "qfuds_saga_who_may_author_loss_english_counterpart" -> "qfuds_saga_reader_accessibility_and_real_world_anchors_ko";
  "qfuds_saga_who_may_author_loss_english_counterpart" -> "qfuds_saga_bilingual_term_discipline_glossary_ko";
  "qfuds_saga_who_may_refuse_korean_primary" -> "qfuds_saga_arc_two_korean_primary_plan_ko";
  "qfuds_saga_who_may_refuse_korean_primary" -> "qfuds_saga_who_may_author_loss_korean_primary";
  "qfuds_saga_who_may_refuse_korean_primary" -> "qfuds_saga_reader_accessibility_and_real_world_anchors_ko";
  "qfuds_saga_who_may_refuse_korean_primary" -> "qfuds_saga_bilingual_term_discipline_glossary_ko";
  "qfuds_saga_drafts_book3_index_ko" -> "qfuds_saga_drafts_index_ko";
  "qfuds_saga_drafts_index_ko" -> "qfuds_saga_index_ko";
  "qfuds_saga_first_arc_dejargon_polish_revision_plan_ko" -> "qfuds_saga_bilingual_term_discipline_glossary_ko";
  "qfuds_saga_first_arc_dejargon_polish_revision_plan_ko" -> "qfuds_saga_first_arc_polish_read_order_pass" [style=dashed, color=red];
  "qfuds_saga_first_arc_dejargon_polish_revision_plan_ko" -> "fiction_prose_verisimilitude_audit_checklist_ko" [style=dashed, color=red];
  "qfuds_saga_first_arc_release_immersion_revision_plan_ko" -> "qfuds_saga_first_arc_dejargon_polish_revision_plan_ko";
  "qfuds_saga_first_arc_release_immersion_revision_plan_ko" -> "qfuds_saga_prose_verisimilitude_audit_checklist_ko" [style=dashed, color=red];
  "qfuds_saga_first_arc_release_immersion_revision_plan_ko" -> "qfuds_saga_bilingual_term_discipline_glossary_ko";
  "qfuds_saga_first_arc_release_immersion_revision_plan_ko" -> "qfuds_saga_first_arc_origin_scene_cards_ko";
  "qfuds_saga_first_arc_template_coverage_audit_ko" -> "qfuds_saga_series_production_harness_ko";
  "qfuds_saga_first_arc_template_coverage_audit_ko" -> "qfuds_saga_first_arc_release_immersion_revision_plan_ko";
  "qfuds_saga_first_arc_template_coverage_audit_ko" -> "qfuds_saga_character_ensemble_voices_relationships_ko";
  "qfuds_saga_first_arc_integration_outline_ko" -> "qfuds_saga_first_arc_restructure_worldview_onboarding_plan_ko" [style=dashed, color=red];
  "qfuds_saga_first_arc_integration_outline_ko" -> "qfuds_saga_reader_accessibility_and_real_world_anchors_ko";
  "qfuds_saga_first_arc_integration_outline_ko" -> "qfuds_saga_bitcoin_stature_ideology_deeptime_ko";
  "qfuds_saga_first_arc_integration_outline_ko" -> "qfuds_saga_world_compendium_codex_ko";
  "qfuds_saga_first_arc_integration_outline_ko" -> "qfuds_saga_first_arc_six_episode_outline_ko" [style=dashed, color=red];
  "qfuds_saga_series_bible_drift_alignment_audit_ko" -> "qfuds_saga_world_compendium_codex_ko";
  "qfuds_saga_series_bible_drift_alignment_audit_ko" -> "qfuds_saga_bitcoin_stature_ideology_deeptime_ko";
  "qfuds_saga_series_bible_drift_alignment_audit_ko" -> "qfuds_saga_factions_canon_naming_ko";
  "qfuds_saga_series_bible_drift_alignment_audit_ko" -> "qfuds_saga_creative_inputs_traceability_ko";
  "qfuds_saga_revisions_reader_feedback_ai_tell_consolidation_ko" -> "qfuds_saga_revisions_index_ko";
  "qfuds_saga_revisions_first_second_arc_release_wave_ko" -> "qfuds_saga_revisions_reader_feedback_ai_tell_consolidation_ko";
  "qfuds_saga_revisions_first_second_arc_release_wave_ko" -> "qfuds_saga_production_board_ko";
  "qfuds_saga_revisions_first_second_arc_release_wave_ko" -> "qfuds_saga_drafts_origin_sael_korean_primary";
  "qfuds_saga_revisions_first_second_arc_release_wave_ko" -> "qfuds_saga_first_arc_book1_reboot_korean_primary";
  "qfuds_saga_revisions_first_second_arc_formal_retention_gate_protocol_ko" -> "qfuds_saga_revisions_first_second_arc_release_wave_ko";
  "qfuds_saga_revisions_first_second_arc_formal_retention_gate_protocol_ko" -> "qfuds_saga_revisions_reader_feedback_ai_tell_consolidation_ko";
  "qfuds_saga_revisions_first_second_arc_formal_retention_gate_protocol_ko" -> "qfuds_saga_production_board_ko";
  "qfuds_saga_revisions_origin_sael_webnovel_retention_gate_run_20260622_1308777_ko" -> "qfuds_saga_revisions_first_second_arc_formal_retention_gate_protocol_ko";
  "qfuds_saga_revisions_origin_sael_webnovel_retention_gate_run_20260622_1308777_ko" -> "qfuds_saga_drafts_origin_sael_webnovel_storyboard_ko";
  "qfuds_saga_revisions_origin_sael_webnovel_retention_gate_run_20260622_bdff1c7_ko" -> "qfuds_saga_revisions_origin_sael_webnovel_retention_gate_run_20260622_1308777_ko";
  "qfuds_saga_revisions_origin_sael_webnovel_retention_gate_run_20260622_bdff1c7_ko" -> "qfuds_saga_drafts_origin_sael_webnovel_storyboard_ko";
  "qfuds_saga_revisions_origin_sael_webnovel_retention_gate_run_20260622_b5f0edf_ko" -> "qfuds_saga_revisions_origin_sael_webnovel_retention_gate_run_20260622_bdff1c7_ko";
  "qfuds_saga_revisions_origin_sael_webnovel_retention_gate_run_20260622_b5f0edf_ko" -> "qfuds_saga_drafts_origin_sael_webnovel_storyboard_ko";
  "qfuds_saga_revisions_origin_sael_fullnovel_retention_comprehension_gate_20260622_c91e9be_ko" -> "qfuds_saga_revisions_first_second_arc_formal_retention_gate_protocol_ko";
  "qfuds_saga_revisions_origin_sael_fullnovel_retention_comprehension_gate_20260622_c91e9be_ko" -> "qfuds_saga_drafts_origin_sael_full_novel_korean_primary";
  "qfuds_saga_revisions_mara_fullnovel_retention_comprehension_gate_20260623_a41bcb9_ko" -> "qfuds_saga_revisions_first_second_arc_formal_retention_gate_protocol_ko";
  "qfuds_saga_revisions_mara_fullnovel_retention_comprehension_gate_20260623_a41bcb9_ko" -> "qfuds_saga_drafts_mara_full_novel_korean_primary";
  "qfuds_saga_revisions_mara_order_totem_two_readings_seed_design_ko" -> "qfuds_saga_drafts_mara_full_novel_korean_primary";
  "qfuds_saga_revisions_mara_order_totem_two_readings_seed_design_ko" -> "qfuds_saga_revisions_mara_fullnovel_retention_comprehension_gate_20260623_a41bcb9_ko";
  "qfuds_saga_revisions_mara_order_totem_two_readings_seed_design_ko" -> "qfuds_saga_character_map_and_timeline_coordinates_ko";
  "qfuds_saga_consistency_audit_2026_07_01_ko" -> "qfuds_saga_near_future_recenter_direction_ko";
  "qfuds_saga_consistency_audit_2026_07_01_ko" -> "qfuds_saga_character_map_and_timeline_coordinates_ko";
  "qfuds_saga_consistency_audit_2026_07_01_ko" -> "qfuds_saga_machine_childhood_ai_history_narrator_throughline_ko";
  "qfuds_saga_revisions_index_ko" -> "qfuds_saga_index_ko";
  "qfuds_saga_pre_reboot_first_arc_release_manifest_ko" -> "qfuds_saga_release_index_ko";
  "qfuds_saga_pre_reboot_first_arc_release_manifest_ko" -> "qfuds_saga_first_arc_release_immersion_revision_plan_ko";
  "qfuds_saga_pre_reboot_first_arc_release_manifest_ko" -> "qfuds_saga_first_arc_book1_outline_reboot_ko";
  "qfuds_saga_pre_reboot_first_arc_release_manifest_ko" -> "qfuds_saga_first_arc_scene_cards_ko";
  "qfuds_saga_release_index_ko" -> "qfuds_saga_index_ko";
  "qfuds_saga_index_ko" -> "wiki_fiction_index" [style=dashed, color=red];
  "qfuds_saga_index_ko" -> "qfuds_fiction_saga_index_ko" [style=dashed, color=red];
  "qfuds_saga_index_ko" -> "qfuds_lineage_agentic_research_system_ko" [style=dashed, color=red];
  "qfuds_verse_universe_index_ko" -> "fiction_catalog_index_ko" [style=dashed, color=red];
  "qfuds_verse_universe_index_ko" -> "fiction_ip_management_system_ko" [style=dashed, color=red];
  "qfuds_verse_universe_index_ko" -> "qfuds_saga_index_ko";
}